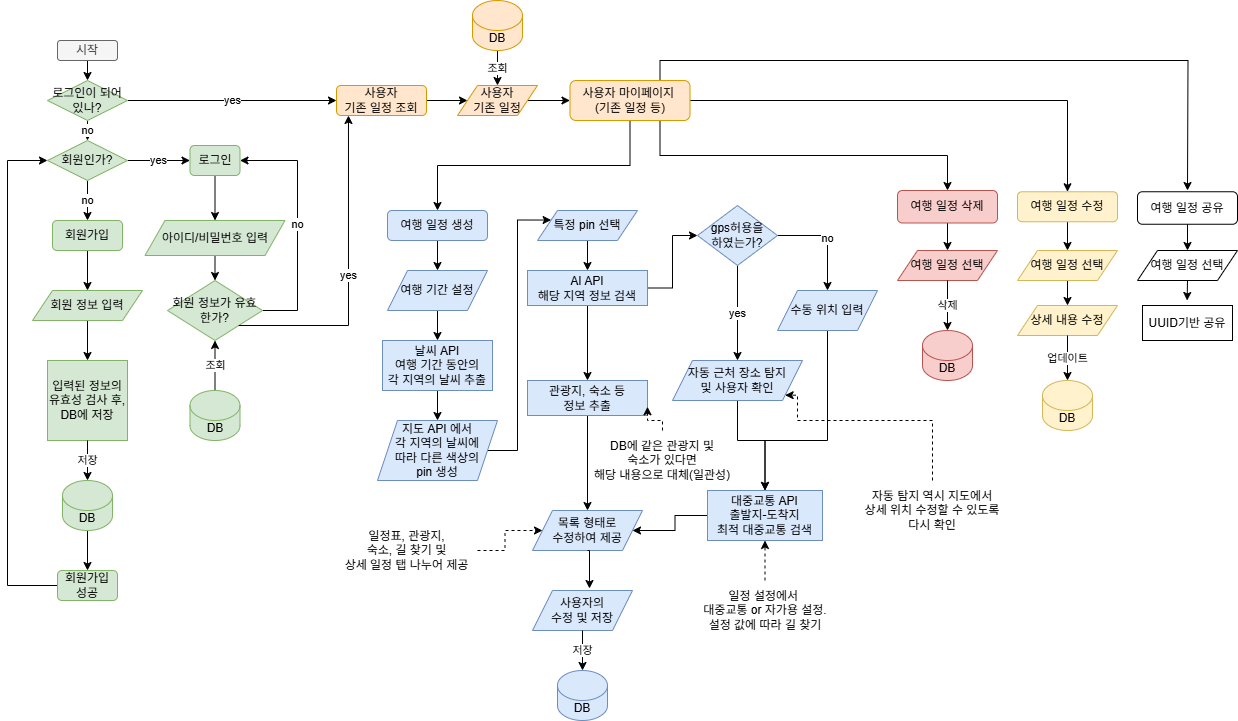
Ju-S/TIL_KDT keeps this draw.io diagram as trivista/자료/trivista.drawio.png. Above is the earlier version. Source tidied: cells renumbered, new cells last; positions are measured from the earlier drawing's top-left corner, leaving out a move shared by most shapes.
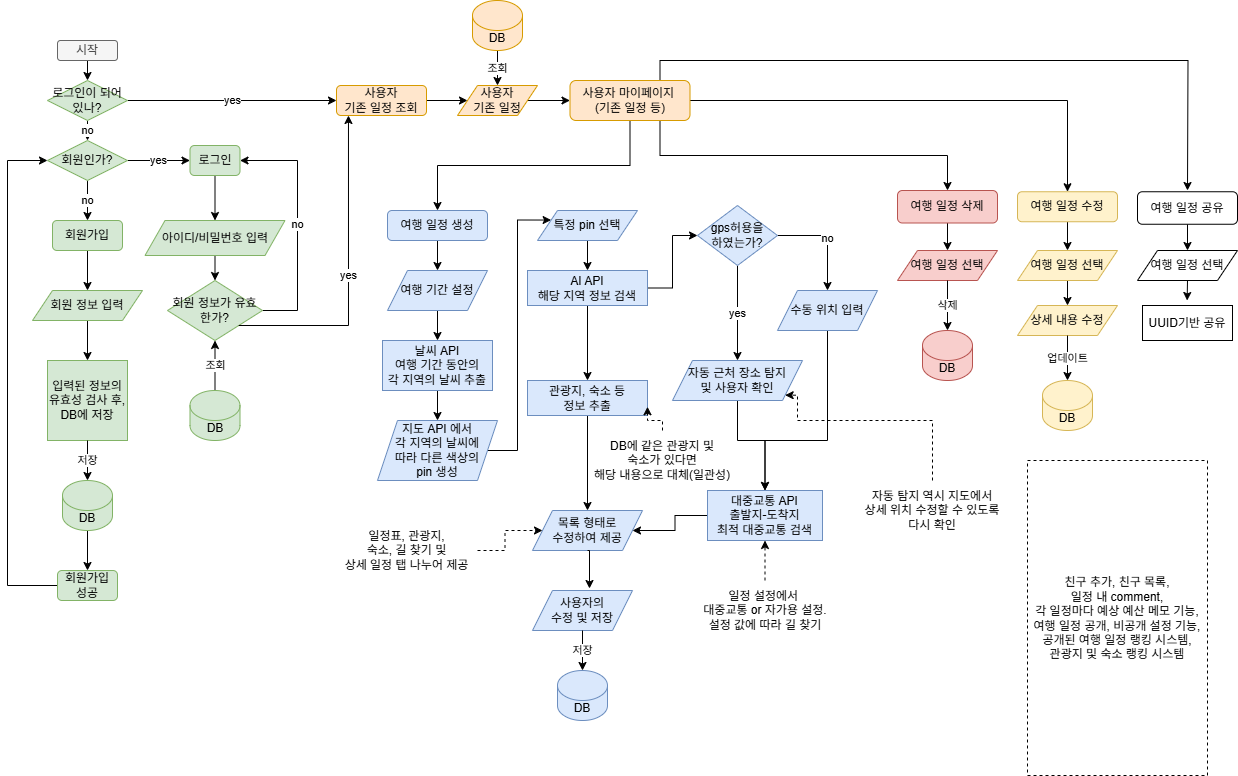
The same file after the commit.

Commit message:
trivista.drawio.png이 추가되었습니다.

Diff of the diagram source:
```diff
@@ -318,5 +318,8 @@
     <mxCell id="93" value="DB에 같은 관광지 및&lt;div&gt;숙소가 있다면&lt;/div&gt;&lt;div&gt;해당 내용으로 대체(일관성)&lt;/div&gt;" style="text;html=1;align=center;verticalAlign=middle;whiteSpace=wrap;rounded=0;" parent="1" vertex="1">
       <mxGeometry x="580" y="430" width="150" height="60" as="geometry" />
     </mxCell>
+    <mxCell id="94" value="친구 추가, 친구 목록,&lt;div&gt;일정 내 comment,&lt;/div&gt;&lt;div&gt;각 일정마다 예상 예산 메모 기능,&lt;/div&gt;&lt;div&gt;여행 일정 공개, 비공개 설정 기능,&lt;/div&gt;&lt;div&gt;공개된 여행 일정 랭킹 시스템,&lt;/div&gt;&lt;div&gt;관광지 및 숙소 랭킹 시스템&lt;/div&gt;" style="rounded=1;whiteSpace=wrap;html=1;dashed=1;arcSize=0;align=center;verticalAlign=middle;" parent="1" vertex="1">
+      <mxGeometry x="1020" y="460" width="180" height="315" as="geometry" />
+    </mxCell>
   </root>
 </mxGraphModel>
```
